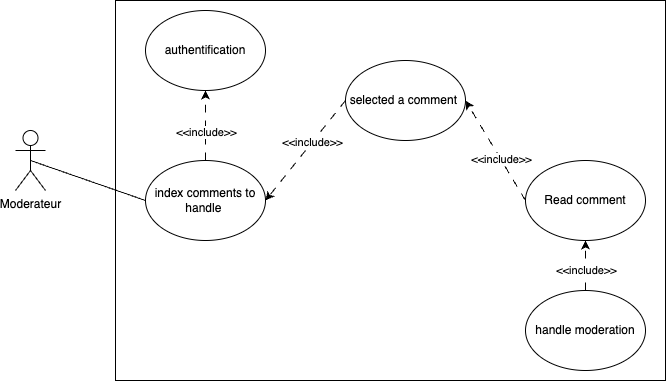
This is diagrammes/Diagramme use case Moderation Comments.png from KenKaneki-42/P5_BlogPHP, a draw.io export, as it was before one commit. Source tidied: cells renumbered, new cells last; positions are measured from the earlier drawing's top-left corner, leaving out a move shared by most shapes. Source of this version:
```xml
<mxGraphModel>
  <root>
    <mxCell id="0" />
    <mxCell id="1" parent="0" />
    <mxCell id="2" value="Moderateur" style="shape=umlActor;verticalLabelPosition=bottom;verticalAlign=top;html=1;outlineConnect=0;" parent="1" vertex="1">
      <mxGeometry y="130" width="30" height="60" as="geometry" />
    </mxCell>
    <mxCell id="3" style="rounded=0;whiteSpace=wrap;html=1;" parent="1" vertex="1">
      <mxGeometry x="100" width="550" height="380" as="geometry" />
    </mxCell>
    <mxCell id="4" value="authentification" style="ellipse;whiteSpace=wrap;html=1;" parent="1" vertex="1">
      <mxGeometry x="130" y="10" width="120" height="80" as="geometry" />
    </mxCell>
    <mxCell id="5" value="Read comment" style="ellipse;whiteSpace=wrap;html=1;" parent="1" vertex="1">
      <mxGeometry x="510" y="160" width="120" height="80" as="geometry" />
    </mxCell>
    <mxCell id="6" value="handle moderation" style="ellipse;whiteSpace=wrap;html=1;" parent="1" vertex="1">
      <mxGeometry x="510" y="290" width="120" height="80" as="geometry" />
    </mxCell>
    <mxCell id="7" value="index comments to handle&amp;nbsp;" style="ellipse;whiteSpace=wrap;html=1;" parent="1" vertex="1">
      <mxGeometry x="130" y="160" width="120" height="80" as="geometry" />
    </mxCell>
    <mxCell id="8" style="endArrow=classic;html=1;rounded=0;exitX=0.5;exitY=0;exitDx=0;exitDy=0;dashed=1;dashPattern=8 8;entryX=0.5;entryY=1;entryDx=0;entryDy=0;" parent="1" edge="1" source="7" target="4">
      <mxGeometry relative="1" as="geometry" />
    </mxCell>
    <mxCell id="9" value="&amp;lt;&amp;lt;include&amp;gt;&amp;gt;" style="edgeLabel;html=1;align=center;verticalAlign=middle;" parent="8" vertex="1">
      <mxGeometry x="-0.17" relative="1" as="geometry" />
    </mxCell>
    <mxCell id="10" value="selected a comment&amp;nbsp;" style="ellipse;whiteSpace=wrap;html=1;" parent="1" vertex="1">
      <mxGeometry x="330" y="60" width="120" height="80" as="geometry" />
    </mxCell>
    <mxCell id="11" style="endArrow=classic;html=1;rounded=0;exitX=0;exitY=0.5;exitDx=0;exitDy=0;entryX=1;entryY=0.5;entryDx=0;entryDy=0;dashed=1;dashPattern=8 8;" parent="1" edge="1" source="10" target="7">
      <mxGeometry relative="1" as="geometry" />
    </mxCell>
    <mxCell id="12" value="&amp;lt;&amp;lt;include&amp;gt;&amp;gt;" style="edgeLabel;html=1;align=center;verticalAlign=middle;" parent="11" vertex="1">
      <mxGeometry x="-0.17" relative="1" as="geometry" />
    </mxCell>
    <mxCell id="13" style="endArrow=classic;html=1;rounded=0;exitX=0;exitY=0.5;exitDx=0;exitDy=0;entryX=1;entryY=0.5;entryDx=0;entryDy=0;dashed=1;dashPattern=8 8;" parent="1" edge="1" source="5" target="10">
      <mxGeometry relative="1" as="geometry" />
    </mxCell>
    <mxCell id="14" value="&amp;lt;&amp;lt;include&amp;gt;&amp;gt;" style="edgeLabel;html=1;align=center;verticalAlign=middle;" parent="13" vertex="1">
      <mxGeometry x="-0.17" relative="1" as="geometry" />
    </mxCell>
    <mxCell id="15" style="endArrow=classic;html=1;rounded=0;exitX=0.5;exitY=0;exitDx=0;exitDy=0;entryX=0.5;entryY=1;entryDx=0;entryDy=0;dashed=1;dashPattern=8 8;" parent="1" edge="1" source="6" target="5">
      <mxGeometry relative="1" as="geometry" />
    </mxCell>
    <mxCell id="16" value="&amp;lt;&amp;lt;include&amp;gt;&amp;gt;" style="edgeLabel;html=1;align=center;verticalAlign=middle;" parent="15" vertex="1">
      <mxGeometry x="-0.17" relative="1" as="geometry" />
    </mxCell>
    <mxCell id="17" style="endArrow=none;html=1;rounded=0;exitX=0.5;exitY=0.5;exitDx=0;exitDy=0;exitPerimeter=0;entryX=0;entryY=0.5;entryDx=0;entryDy=0;" parent="1" edge="1" source="2" target="7">
      <mxGeometry relative="1" as="geometry" />
    </mxCell>
  </root>
</mxGraphModel>
```
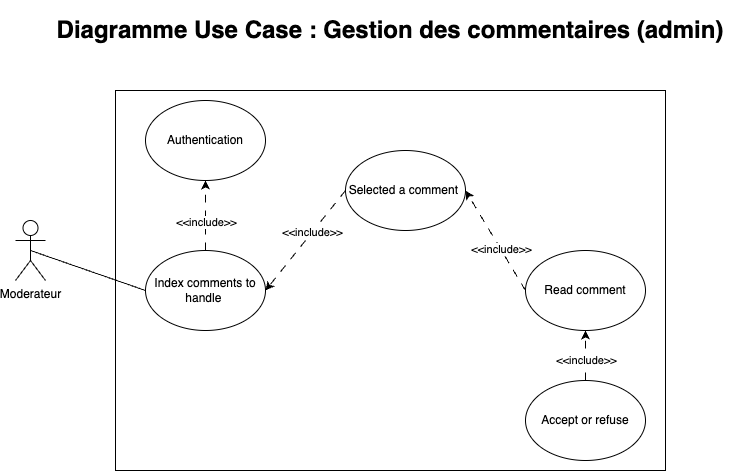
After the commit.

The edit, as a diff of the source:
```diff
@@ -8,16 +8,16 @@
     <mxCell id="3" style="rounded=0;whiteSpace=wrap;html=1;" parent="1" vertex="1">
       <mxGeometry x="100" width="550" height="380" as="geometry" />
     </mxCell>
-    <mxCell id="4" value="authentification" style="ellipse;whiteSpace=wrap;html=1;" parent="1" vertex="1">
+    <mxCell id="4" value="Authentication" style="ellipse;whiteSpace=wrap;html=1;" parent="1" vertex="1">
       <mxGeometry x="130" y="10" width="120" height="80" as="geometry" />
     </mxCell>
     <mxCell id="5" value="Read comment" style="ellipse;whiteSpace=wrap;html=1;" parent="1" vertex="1">
       <mxGeometry x="510" y="160" width="120" height="80" as="geometry" />
     </mxCell>
-    <mxCell id="6" value="handle moderation" style="ellipse;whiteSpace=wrap;html=1;" parent="1" vertex="1">
+    <mxCell id="6" value="Accept or refuse" style="ellipse;whiteSpace=wrap;html=1;" parent="1" vertex="1">
       <mxGeometry x="510" y="290" width="120" height="80" as="geometry" />
     </mxCell>
-    <mxCell id="7" value="index comments to handle&amp;nbsp;" style="ellipse;whiteSpace=wrap;html=1;" parent="1" vertex="1">
+    <mxCell id="7" value="Index comments to handle&amp;nbsp;" style="ellipse;whiteSpace=wrap;html=1;" parent="1" vertex="1">
       <mxGeometry x="130" y="160" width="120" height="80" as="geometry" />
     </mxCell>
     <mxCell id="8" style="endArrow=classic;html=1;rounded=0;exitX=0.5;exitY=0;exitDx=0;exitDy=0;dashed=1;dashPattern=8 8;entryX=0.5;entryY=1;entryDx=0;entryDy=0;" parent="1" edge="1" source="7" target="4">
@@ -26,7 +26,7 @@
     <mxCell id="9" value="&amp;lt;&amp;lt;include&amp;gt;&amp;gt;" style="edgeLabel;html=1;align=center;verticalAlign=middle;" parent="8" vertex="1">
       <mxGeometry x="-0.17" relative="1" as="geometry" />
     </mxCell>
-    <mxCell id="10" value="selected a comment&amp;nbsp;" style="ellipse;whiteSpace=wrap;html=1;" parent="1" vertex="1">
+    <mxCell id="10" value="Selected a comment&amp;nbsp;" style="ellipse;whiteSpace=wrap;html=1;" parent="1" vertex="1">
       <mxGeometry x="330" y="60" width="120" height="80" as="geometry" />
     </mxCell>
     <mxCell id="11" style="endArrow=classic;html=1;rounded=0;exitX=0;exitY=0.5;exitDx=0;exitDy=0;entryX=1;entryY=0.5;entryDx=0;entryDy=0;dashed=1;dashPattern=8 8;" parent="1" edge="1" source="10" target="7">
@@ -50,5 +50,8 @@
     <mxCell id="17" style="endArrow=none;html=1;rounded=0;exitX=0.5;exitY=0.5;exitDx=0;exitDy=0;exitPerimeter=0;entryX=0;entryY=0.5;entryDx=0;entryDy=0;" parent="1" edge="1" source="2" target="7">
       <mxGeometry relative="1" as="geometry" />
     </mxCell>
+    <mxCell id="18" value="&lt;h1&gt;Diagramme Use Case : Gestion des commentaires (admin)&lt;/h1&gt;" style="text;html=1;strokeColor=none;fillColor=none;spacing=5;spacingTop=-20;whiteSpace=wrap;overflow=hidden;rounded=0;align=center;" parent="1" vertex="1">
+      <mxGeometry x="10" y="-80" width="730" height="50" as="geometry" />
+    </mxCell>
   </root>
 </mxGraphModel>
```
